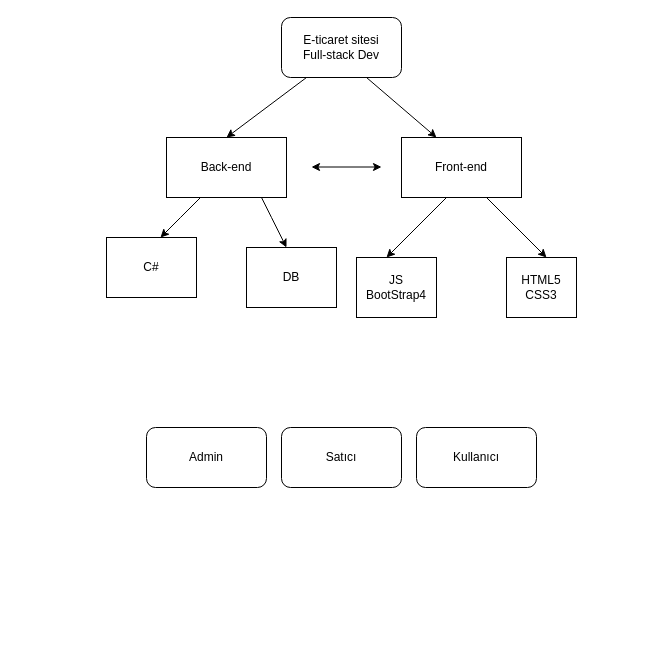
This is Başlıksız Diyagram.drawio from OdoOdeux/hepsiburadaproject, a draw.io file, before an edit. Source tidied: cells renumbered, new cells numbered last; positions are measured from the earlier drawing's top-left corner, leaving out a move shared by most shapes. Both pictures are drawn from the tidied source at 100%, with x=0, y=0 at pixel (106, 17).
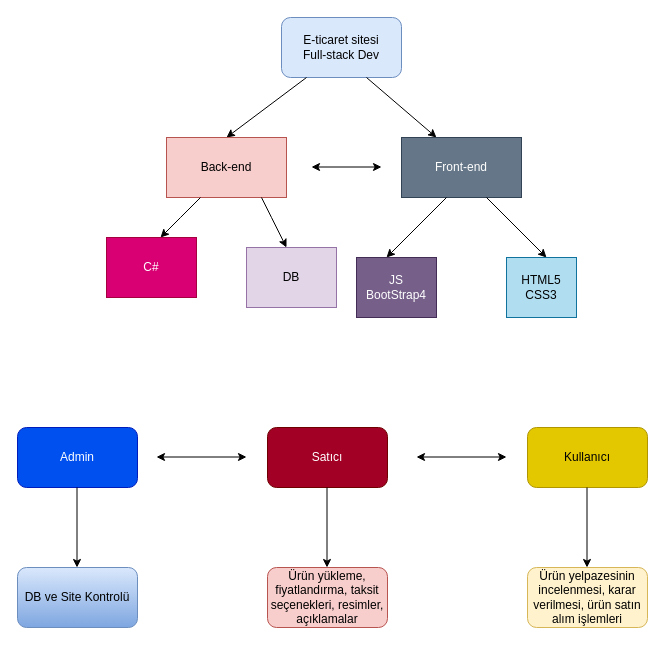
The same diagram, later.

The edit, as a diff of the source:
```diff
@@
-    <mxCell id="2" value="E-ticaret sitesi&lt;br&gt;Full-stack Dev" style="rounded=1;whiteSpace=wrap;html=1;" parent="1" vertex="1">
+    <mxCell id="2" value="E-ticaret sitesi&lt;br&gt;Full-stack Dev" style="rounded=1;whiteSpace=wrap;html=1;fillColor=#dae8fc;strokeColor=#6c8ebf;" parent="1" vertex="1">
       <mxGeometry x="175" width="120" height="60" as="geometry" />
     </mxCell>
@@
-    <mxCell id="5" value="Kullanıcı" style="rounded=1;whiteSpace=wrap;html=1;" parent="1" vertex="1">
-      <mxGeometry x="310" y="410" width="120" height="60" as="geometry" />
+    <mxCell id="5" value="Kullanıcı" style="rounded=1;whiteSpace=wrap;html=1;fillColor=#e3c800;fontColor=#000000;strokeColor=#B09500;" parent="1" vertex="1">
+      <mxGeometry x="421" y="410" width="120" height="60" as="geometry" />
     </mxCell>
-    <mxCell id="6" value="Admin" style="rounded=1;whiteSpace=wrap;html=1;" parent="1" vertex="1">
-      <mxGeometry x="40" y="410" width="120" height="60" as="geometry" />
+    <mxCell id="6" value="Admin" style="rounded=1;whiteSpace=wrap;html=1;fillColor=#0050ef;fontColor=#ffffff;strokeColor=#001DBC;" parent="1" vertex="1">
+      <mxGeometry x="-89" y="410" width="120" height="60" as="geometry" />
     </mxCell>
-    <mxCell id="7" value="Satıcı" style="rounded=1;whiteSpace=wrap;html=1;" parent="1" vertex="1">
-      <mxGeometry x="175" y="410" width="120" height="60" as="geometry" />
+    <mxCell id="7" value="Satıcı" style="rounded=1;whiteSpace=wrap;html=1;fillColor=#a20025;fontColor=#ffffff;strokeColor=#6F0000;" parent="1" vertex="1">
+      <mxGeometry x="161" y="410" width="120" height="60" as="geometry" />
     </mxCell>
-    <mxCell id="8" value="Back-end" style="rounded=0;whiteSpace=wrap;html=1;" parent="1" vertex="1">
+    <mxCell id="8" value="Back-end" style="rounded=0;whiteSpace=wrap;html=1;fillColor=#f8cecc;strokeColor=#b85450;" parent="1" vertex="1">
       <mxGeometry x="60" y="120" width="120" height="60" as="geometry" />
     </mxCell>
-    <mxCell id="9" value="Front-end" style="rounded=0;whiteSpace=wrap;html=1;" parent="1" vertex="1">
+    <mxCell id="9" value="Front-end" style="rounded=0;whiteSpace=wrap;html=1;fillColor=#647687;strokeColor=#314354;fontColor=#ffffff;" parent="1" vertex="1">
       <mxGeometry x="295" y="120" width="120" height="60" as="geometry" />
     </mxCell>
@@
-    <mxCell id="12" value="C#" style="rounded=0;whiteSpace=wrap;html=1;" parent="1" vertex="1">
+    <mxCell id="12" value="C#" style="rounded=0;whiteSpace=wrap;html=1;fillColor=#d80073;fontColor=#ffffff;strokeColor=#A50040;" parent="1" vertex="1">
       <mxGeometry y="220" width="90" height="60" as="geometry" />
     </mxCell>
-    <mxCell id="13" value="DB" style="rounded=0;whiteSpace=wrap;html=1;" parent="1" vertex="1">
+    <mxCell id="13" value="DB" style="rounded=0;whiteSpace=wrap;html=1;fillColor=#e1d5e7;strokeColor=#9673a6;" parent="1" vertex="1">
       <mxGeometry x="140" y="230" width="90" height="60" as="geometry" />
     </mxCell>
@@
-    <mxCell id="16" value="JS&lt;br&gt;BootStrap4" style="rounded=0;whiteSpace=wrap;html=1;" parent="1" vertex="1">
+    <mxCell id="16" value="JS&lt;br&gt;BootStrap4" style="rounded=0;whiteSpace=wrap;html=1;fillColor=#76608a;fontColor=#ffffff;strokeColor=#432D57;" parent="1" vertex="1">
       <mxGeometry x="250" y="240" width="80" height="60" as="geometry" />
     </mxCell>
-    <mxCell id="17" value="HTML5&lt;br&gt;CSS3" style="rounded=0;whiteSpace=wrap;html=1;" parent="1" vertex="1">
+    <mxCell id="17" value="HTML5&lt;br&gt;CSS3" style="rounded=0;whiteSpace=wrap;html=1;fillColor=#b1ddf0;strokeColor=#10739e;" parent="1" vertex="1">
       <mxGeometry x="400" y="240" width="70" height="60" as="geometry" />
     </mxCell>
@@
+    <mxCell id="19" style="endArrow=classic;html=1;rounded=0;" parent="1" edge="1">
+      <mxGeometry relative="1" as="geometry">
+        <mxPoint x="-29.5" y="470" as="sourcePoint" />
+        <mxPoint x="-29.5" y="550" as="targetPoint" />
+      </mxGeometry>
+    </mxCell>
+    <mxCell id="20" style="endArrow=classic;html=1;rounded=0;" parent="1" edge="1">
+      <mxGeometry relative="1" as="geometry">
+        <mxPoint x="220.5" y="470" as="sourcePoint" />
+        <mxPoint x="220.5" y="550" as="targetPoint" />
+      </mxGeometry>
+    </mxCell>
+    <mxCell id="21" style="endArrow=classic;html=1;rounded=0;" parent="1" edge="1">
+      <mxGeometry relative="1" as="geometry">
+        <mxPoint x="480.5" y="470" as="sourcePoint" />
+        <mxPoint x="480.5" y="550" as="targetPoint" />
+      </mxGeometry>
+    </mxCell>
+    <mxCell id="22" value="DB ve Site Kontrolü" style="rounded=1;whiteSpace=wrap;html=1;fillColor=#dae8fc;gradientColor=#7ea6e0;strokeColor=#6c8ebf;" parent="1" vertex="1">
+      <mxGeometry x="-89" y="550" width="120" height="60" as="geometry" />
+    </mxCell>
+    <mxCell id="23" value="Ürün yükleme, fiyatlandırma, taksit seçenekleri, resimler, açıklamalar" style="rounded=1;whiteSpace=wrap;html=1;fillColor=#f8cecc;strokeColor=#b85450;" parent="1" vertex="1">
+      <mxGeometry x="161" y="550" width="120" height="60" as="geometry" />
+    </mxCell>
+    <mxCell id="24" value="Ürün yelpazesinin incelenmesi, karar verilmesi, ürün satın alım işlemleri" style="rounded=1;whiteSpace=wrap;html=1;fillColor=#fff2cc;strokeColor=#d6b656;" parent="1" vertex="1">
+      <mxGeometry x="421" y="550" width="120" height="60" as="geometry" />
+    </mxCell>
+    <mxCell id="25" style="endArrow=classic;startArrow=classic;html=1;rounded=0;" parent="1" edge="1">
+      <mxGeometry relative="1" as="geometry">
+        <mxPoint x="50" y="439.5" as="sourcePoint" />
+        <mxPoint x="140" y="439.5" as="targetPoint" />
+      </mxGeometry>
+    </mxCell>
+    <mxCell id="26" style="endArrow=classic;startArrow=classic;html=1;rounded=0;" parent="1" edge="1">
+      <mxGeometry relative="1" as="geometry">
+        <mxPoint x="310" y="439.5" as="sourcePoint" />
+        <mxPoint x="400" y="439.5" as="targetPoint" />
+      </mxGeometry>
+    </mxCell>
```
